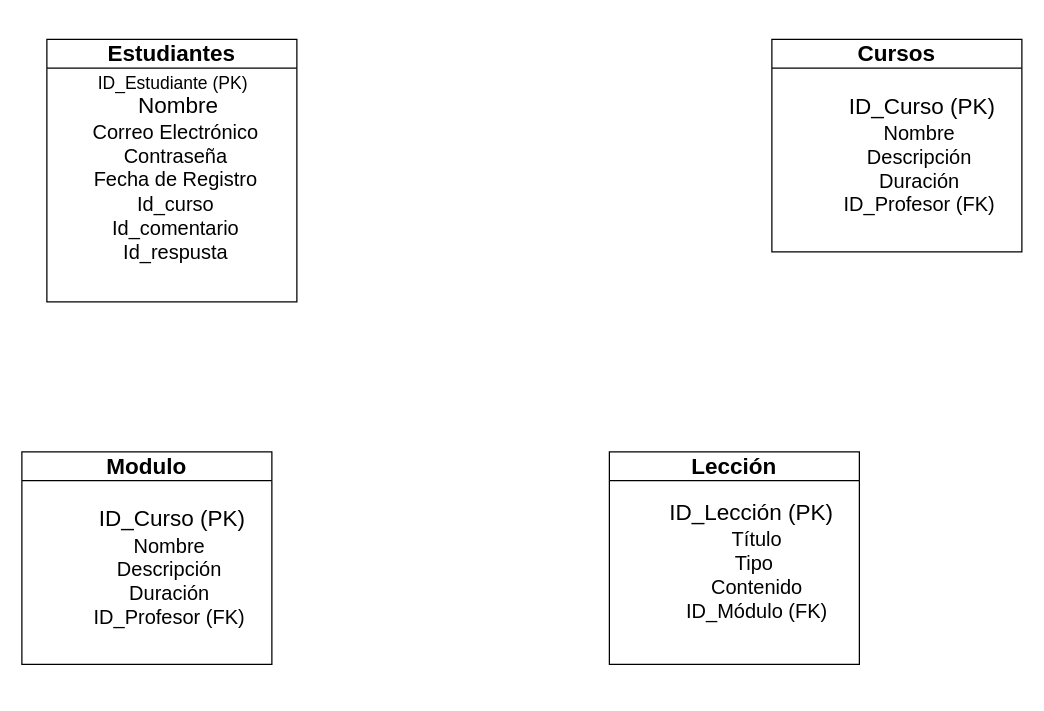
The draw.io diagram Diagrama sin título.drawio in JoshotR18/Diagramas, before the edit. Source tidied: cells renumbered, new cells numbered last; positions are measured from the earlier drawing's top-left corner, leaving out a move shared by most shapes. Both pictures are drawn from the tidied source at 125%, with x=0, y=0 at pixel (21, 39).
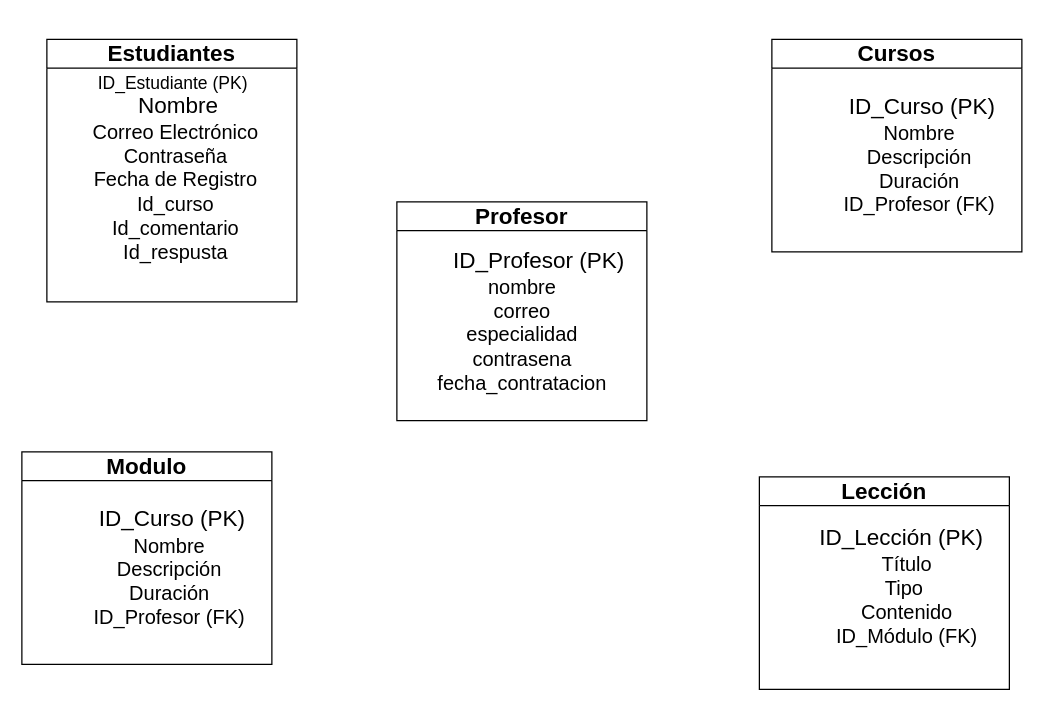
The same page after the edit.

The edit, as a diff of the source:
```diff
@@
 <mxGraphModel>
   <root>
     <mxCell id="0" />
     <mxCell id="1" parent="0" />
     <mxCell id="2" value="&lt;h2&gt;&lt;font style=&quot;font-size: 18px;&quot;&gt;Estudiantes&lt;/font&gt;&lt;/h2&gt;" style="swimlane;whiteSpace=wrap;html=1;" parent="1" vertex="1">
       <mxGeometry x="20" width="200" height="210" as="geometry" />
     </mxCell>
     <mxCell id="3" value="&lt;div&gt;&lt;font style=&quot;font-size: 14px;&quot;&gt;&lt;span style=&quot;white-space-collapse: preserve;&quot;&gt;&#9;&lt;/span&gt;ID_Estudiante (PK)&lt;/font&gt;&lt;/div&gt;&lt;div&gt;&lt;font style=&quot;font-size: 18px;&quot;&gt;&lt;span style=&quot;white-space-collapse: preserve;&quot;&gt;&#9;&lt;/span&gt;Nombre&lt;/font&gt;&lt;/div&gt;&lt;div&gt;&lt;font size=&quot;3&quot;&gt;&lt;span style=&quot;white-space-collapse: preserve;&quot;&gt;&#9;&lt;/span&gt;Correo Electrónico&lt;/font&gt;&lt;/div&gt;&lt;div&gt;&lt;font size=&quot;3&quot;&gt;&lt;span style=&quot;white-space-collapse: preserve;&quot;&gt;&#9;&lt;/span&gt;Contraseña&lt;/font&gt;&lt;/div&gt;&lt;div&gt;&lt;font size=&quot;3&quot;&gt;&lt;span style=&quot;white-space-collapse: preserve;&quot;&gt;&#9;&lt;/span&gt;Fecha de Registro&lt;/font&gt;&lt;/div&gt;&lt;div&gt;&lt;font size=&quot;3&quot;&gt;&lt;span style=&quot;white-space-collapse: preserve;&quot;&gt;&#9;&lt;/span&gt;Id_curso&lt;/font&gt;&lt;/div&gt;&lt;div&gt;&lt;font size=&quot;3&quot;&gt;&lt;span style=&quot;white-space-collapse: preserve;&quot;&gt;&#9;&lt;/span&gt;Id_comentario&lt;/font&gt;&lt;/div&gt;&lt;div&gt;&lt;font size=&quot;3&quot;&gt;&lt;span style=&quot;white-space-collapse: preserve;&quot;&gt;&#9;&lt;/span&gt;Id_respusta&lt;/font&gt;&lt;/div&gt;&lt;div&gt;&lt;br&gt;&lt;/div&gt;" style="text;html=1;align=center;verticalAlign=middle;strokeColor=none;fillColor=none;" parent="2" vertex="1">
       <mxGeometry x="-10" y="20" width="190" height="180" as="geometry" />
     </mxCell>
     <mxCell id="4" value="&lt;h2&gt;Cursos&lt;/h2&gt;" style="swimlane;whiteSpace=wrap;html=1;" parent="1" vertex="1">
       <mxGeometry x="600" width="200" height="170" as="geometry" />
     </mxCell>
     <mxCell id="5" value="&lt;div&gt;&lt;font style=&quot;font-size: 18px;&quot;&gt;&lt;span style=&quot;white-space-collapse: preserve;&quot;&gt;&#9;&lt;/span&gt;ID_Curso (PK)&lt;/font&gt;&lt;/div&gt;&lt;div&gt;&lt;font size=&quot;3&quot;&gt;&lt;span style=&quot;white-space-collapse: preserve;&quot;&gt;&#9;&lt;/span&gt;Nombre&lt;/font&gt;&lt;/div&gt;&lt;div&gt;&lt;font size=&quot;3&quot;&gt;&lt;span style=&quot;white-space-collapse: preserve;&quot;&gt;&#9;&lt;/span&gt;Descripción&lt;/font&gt;&lt;/div&gt;&lt;div&gt;&lt;font size=&quot;3&quot;&gt;&lt;span style=&quot;white-space-collapse: preserve;&quot;&gt;&#9;&lt;/span&gt;Duración&lt;/font&gt;&lt;/div&gt;&lt;div&gt;&lt;font size=&quot;3&quot;&gt;&lt;span style=&quot;white-space-collapse: preserve;&quot;&gt;&#9;&lt;/span&gt;ID_Profesor (FK)&lt;/font&gt;&lt;/div&gt;&lt;div&gt;&lt;br&gt;&lt;/div&gt;" style="text;html=1;align=center;verticalAlign=middle;strokeColor=none;fillColor=none;" parent="4" vertex="1">
       <mxGeometry x="10" y="35" width="180" height="130" as="geometry" />
     </mxCell>
     <mxCell id="6" value="&lt;h2&gt;Modulo&lt;/h2&gt;" style="swimlane;whiteSpace=wrap;html=1;" parent="1" vertex="1">
       <mxGeometry y="330" width="200" height="170" as="geometry" />
     </mxCell>
     <mxCell id="7" value="&lt;div&gt;&lt;font style=&quot;font-size: 18px;&quot;&gt;&lt;span style=&quot;white-space-collapse: preserve;&quot;&gt;&#9;&lt;/span&gt;ID_Curso (PK)&lt;/font&gt;&lt;/div&gt;&lt;div&gt;&lt;font size=&quot;3&quot;&gt;&lt;span style=&quot;white-space-collapse: preserve;&quot;&gt;&#9;&lt;/span&gt;Nombre&lt;/font&gt;&lt;/div&gt;&lt;div&gt;&lt;font size=&quot;3&quot;&gt;&lt;span style=&quot;white-space-collapse: preserve;&quot;&gt;&#9;&lt;/span&gt;Descripción&lt;/font&gt;&lt;/div&gt;&lt;div&gt;&lt;font size=&quot;3&quot;&gt;&lt;span style=&quot;white-space-collapse: preserve;&quot;&gt;&#9;&lt;/span&gt;Duración&lt;/font&gt;&lt;/div&gt;&lt;div&gt;&lt;font size=&quot;3&quot;&gt;&lt;span style=&quot;white-space-collapse: preserve;&quot;&gt;&#9;&lt;/span&gt;ID_Profesor (FK)&lt;/font&gt;&lt;/div&gt;&lt;div&gt;&lt;br&gt;&lt;/div&gt;" style="text;html=1;align=center;verticalAlign=middle;strokeColor=none;fillColor=none;" parent="6" vertex="1">
       <mxGeometry x="10" y="35" width="180" height="130" as="geometry" />
     </mxCell>
     <mxCell id="8" value="&lt;h2&gt;Lección&lt;/h2&gt;" style="swimlane;whiteSpace=wrap;html=1;" parent="1" vertex="1">
-      <mxGeometry x="470" y="330" width="200" height="170" as="geometry" />
+      <mxGeometry x="590" y="350" width="200" height="170" as="geometry" />
     </mxCell>
     <mxCell id="9" value="&lt;div&gt;&lt;br&gt;&lt;/div&gt;" style="text;html=1;align=center;verticalAlign=middle;strokeColor=none;fillColor=none;" parent="8" vertex="1">
       <mxGeometry x="90" y="85" width="20" height="30" as="geometry" />
     </mxCell>
     <mxCell id="10" value="&lt;div&gt;&lt;span style=&quot;white-space-collapse: preserve;&quot;&gt;&#9;&lt;/span&gt;&lt;font style=&quot;font-size: 18px;&quot;&gt;ID_Lección (PK)&lt;/font&gt;&lt;/div&gt;&lt;div&gt;&lt;font size=&quot;3&quot;&gt;&lt;span style=&quot;white-space-collapse: preserve;&quot;&gt;&#9;&lt;/span&gt;Título&lt;/font&gt;&lt;/div&gt;&lt;div&gt;&lt;font size=&quot;3&quot;&gt;&lt;span style=&quot;white-space-collapse: preserve;&quot;&gt;&#9;&lt;/span&gt;Tipo&amp;nbsp;&lt;/font&gt;&lt;/div&gt;&lt;div&gt;&lt;font size=&quot;3&quot;&gt;&lt;span style=&quot;white-space-collapse: preserve;&quot;&gt;&#9;&lt;/span&gt;Contenido&lt;/font&gt;&lt;/div&gt;&lt;div&gt;&lt;font size=&quot;3&quot;&gt;&lt;span style=&quot;white-space-collapse: preserve;&quot;&gt;&#9;&lt;/span&gt;ID_Módulo (FK)&lt;/font&gt;&lt;/div&gt;&lt;div&gt;&lt;br&gt;&lt;/div&gt;" style="text;html=1;align=center;verticalAlign=middle;strokeColor=none;fillColor=none;" parent="8" vertex="1">
       <mxGeometry x="10" y="30" width="180" height="130" as="geometry" />
     </mxCell>
+    <mxCell id="11" value="&lt;h2&gt;Profesor&lt;/h2&gt;" style="swimlane;whiteSpace=wrap;html=1;" parent="1" vertex="1">
+      <mxGeometry x="300" y="130" width="200" height="175" as="geometry" />
+    </mxCell>
+    <mxCell id="12" value="&lt;div&gt;&lt;br&gt;&lt;/div&gt;" style="text;html=1;align=center;verticalAlign=middle;strokeColor=none;fillColor=none;" parent="11" vertex="1">
+      <mxGeometry x="90" y="85" width="20" height="30" as="geometry" />
+    </mxCell>
+    <mxCell id="13" value="&lt;div&gt;&lt;span style=&quot;white-space-collapse: preserve;&quot;&gt;&#9;&lt;/span&gt;&lt;font style=&quot;font-size: 18px;&quot;&gt;ID_Profesor (PK)&lt;/font&gt;&lt;/div&gt;&lt;div&gt;&lt;font size=&quot;3&quot;&gt;nombre&lt;/font&gt;&lt;/div&gt;&lt;div&gt;&lt;font size=&quot;3&quot;&gt;correo&lt;/font&gt;&lt;/div&gt;&lt;div&gt;&lt;font size=&quot;3&quot;&gt;especialidad&lt;/font&gt;&lt;/div&gt;&lt;div&gt;&lt;font size=&quot;3&quot;&gt;contrasena&lt;/font&gt;&lt;/div&gt;&lt;div&gt;&lt;font size=&quot;3&quot;&gt;fecha_contratacion&lt;/font&gt;&lt;/div&gt;&lt;div&gt;&lt;br&gt;&lt;/div&gt;&lt;div&gt;&lt;br&gt;&lt;/div&gt;" style="text;html=1;align=center;verticalAlign=middle;strokeColor=none;fillColor=none;" parent="11" vertex="1">
+      <mxGeometry x="5" y="30" width="190" height="160" as="geometry" />
+    </mxCell>
   </root>
 </mxGraphModel>
```
